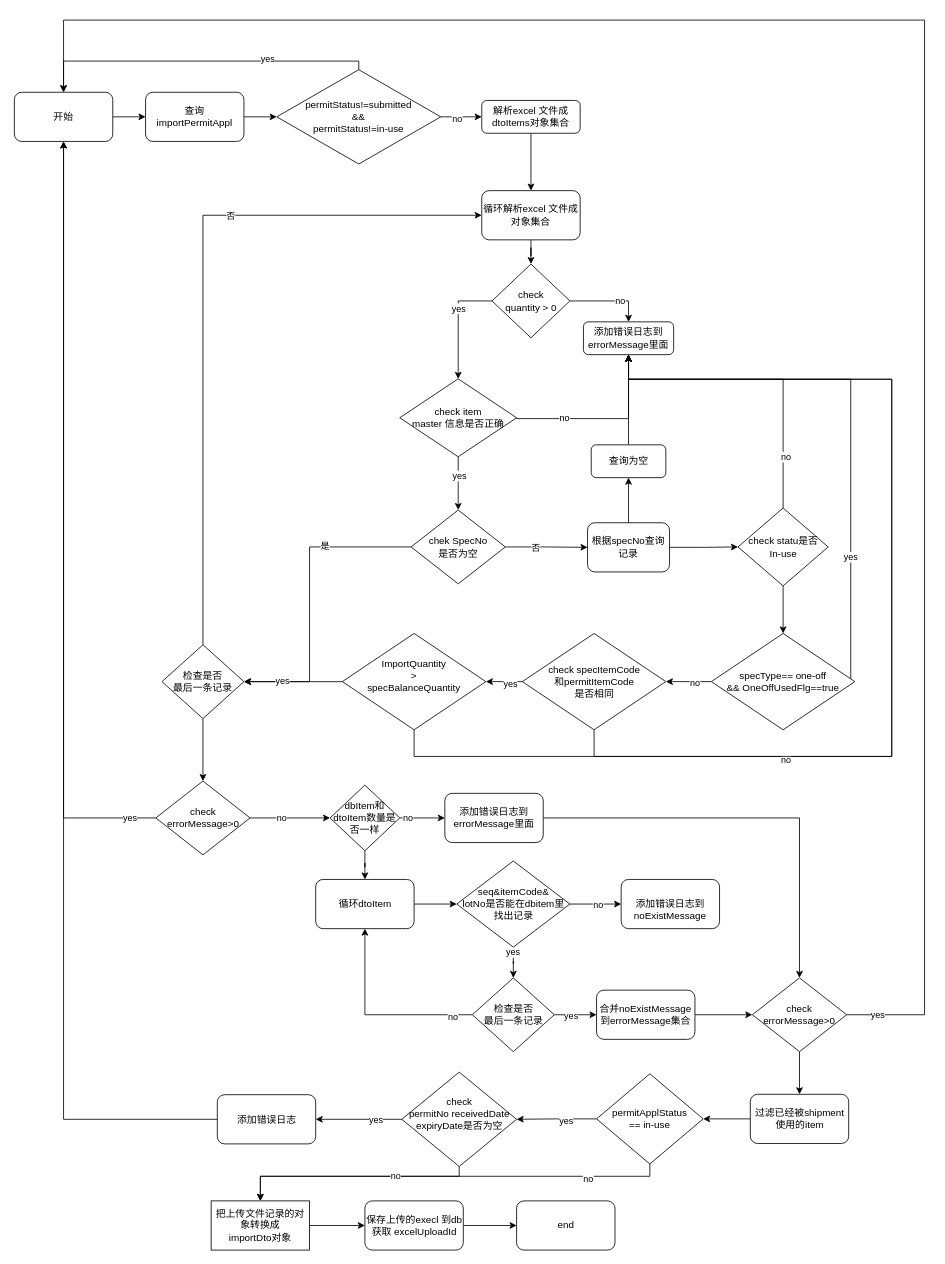
Before: permit-edit-check.drawio in 1119132473/doc, a draw.io diagram. Source tidied: cells renumbered, new cells numbered last; positions are measured from the earlier drawing's top-left corner, leaving out a move shared by most shapes. Both pictures are drawn from the tidied source at 82%, with x=0, y=0 at pixel (14, 20).
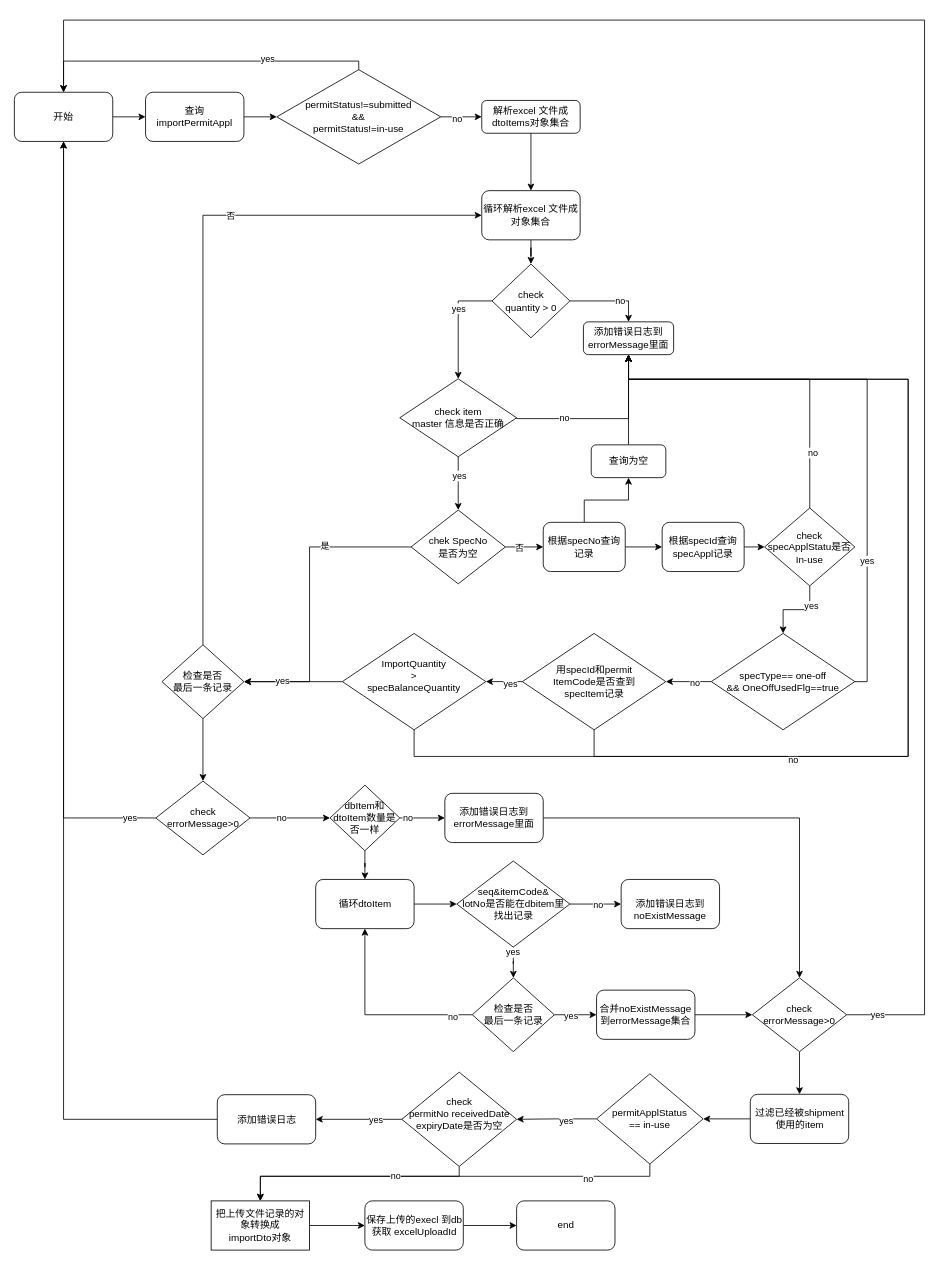
The same page after the edit.

Unchanged cells that the change refers to:
```xml
<mxCell id="23" value="添加错误日志到errorMessage里面" style="rounded=1;whiteSpace=wrap;html=1;" parent="1" vertex="1">
  <mxGeometry x="694" y="368" width="110" height="40" as="geometry" />
</mxCell>
<mxCell id="36" style="edgeStyle=orthogonalEdgeStyle;rounded=0;jettySize=auto;html=1;" parent="1" edge="1" source="37" target="44">
  <mxGeometry relative="1" as="geometry" />
</mxCell>
<mxCell id="44" value="&lt;div&gt;specType== one-off&lt;/div&gt;&lt;div&gt;&amp;amp;&amp;amp; OneOffUsedFlg==true&lt;/div&gt;" style="rhombus;whiteSpace=wrap;html=1;" parent="1" vertex="1">
  <mxGeometry x="850" y="748" width="175" height="117.5" as="geometry" />
</mxCell>
<mxCell id="53" value="&lt;div&gt;ImportQuantity&lt;/div&gt;&lt;div&gt;&amp;gt;&lt;br&gt;&lt;/div&gt;&lt;div&gt;specBalanceQuantity&lt;/div&gt;&lt;div&gt;&lt;br&gt;&lt;/div&gt;" style="rhombus;whiteSpace=wrap;html=1;" parent="1" vertex="1">
  <mxGeometry x="400" y="748" width="175" height="117.5" as="geometry" />
</mxCell>
```

Change to the diagram source:
```diff
@@
-    <mxCell id="31" style="edgeStyle=orthogonalEdgeStyle;rounded=0;jettySize=auto;html=1;entryX=0;entryY=0.5;entryDx=0;entryDy=0;" parent="1" edge="1" source="33" target="37">
+    <mxCell id="31" style="edgeStyle=orthogonalEdgeStyle;rounded=0;jettySize=auto;html=1;entryX=0;entryY=0.5;entryDx=0;entryDy=0;" parent="1" edge="1" source="33" target="109">
       <mxGeometry relative="1" as="geometry" />
     </mxCell>
@@
     <mxCell id="33" value="根据specNo查询记录" style="rounded=1;whiteSpace=wrap;html=1;" parent="1" vertex="1">
-      <mxGeometry x="699" y="613" width="100" height="60" as="geometry" />
+      <mxGeometry x="645" y="612.5" width="100" height="60" as="geometry" />
     </mxCell>
     <mxCell id="34" style="edgeStyle=orthogonalEdgeStyle;rounded=0;jettySize=auto;html=1;entryX=0.5;entryY=1;entryDx=0;entryDy=0;exitX=0.5;exitY=0;exitDx=0;exitDy=0;" parent="1" edge="1" source="37" target="23">
       <mxGeometry relative="1" as="geometry">
         <Array as="points">
-          <mxPoint x="938" y="438" />
+          <mxPoint x="970" y="438" />
           <mxPoint x="749" y="438" />
         </Array>
       </mxGeometry>
     </mxCell>
@@
+    <mxCell id="107" value="yes" style="edgeLabel;html=1;align=center;verticalAlign=middle;" parent="36" vertex="1">
+      <mxGeometry x="-0.47" y="1" relative="1" as="geometry" />
+    </mxCell>
-    <mxCell id="37" value="&lt;div&gt;check statu是否&lt;/div&gt;&lt;div&gt;In-use&lt;br&gt;&lt;/div&gt;" style="rhombus;whiteSpace=wrap;html=1;" parent="1" vertex="1">
-      <mxGeometry x="882.5" y="595" width="110" height="95" as="geometry" />
+    <mxCell id="37" value="&lt;div&gt;check specApplStatu是否&lt;/div&gt;&lt;div&gt;In-use&lt;br&gt;&lt;/div&gt;" style="rhombus;whiteSpace=wrap;html=1;" parent="1" vertex="1">
+      <mxGeometry x="915" y="595" width="110" height="95" as="geometry" />
     </mxCell>
@@
     <mxCell id="40" style="edgeStyle=orthogonalEdgeStyle;rounded=0;jettySize=auto;html=1;entryX=0.5;entryY=1;entryDx=0;entryDy=0;" parent="1" edge="1" source="44" target="23">
       <mxGeometry relative="1" as="geometry">
         <Array as="points">
-          <mxPoint x="1020" y="807" />
-          <mxPoint x="1020" y="438" />
+          <mxPoint x="1040" y="807" />
+          <mxPoint x="1040" y="438" />
           <mxPoint x="749" y="438" />
         </Array>
       </mxGeometry>
     </mxCell>
@@
     <mxCell id="45" style="edgeStyle=orthogonalEdgeStyle;rounded=0;jettySize=auto;html=1;entryX=0.5;entryY=1;entryDx=0;entryDy=0;exitX=0.5;exitY=1;exitDx=0;exitDy=0;" parent="1" edge="1" source="49" target="23">
       <mxGeometry relative="1" as="geometry">
         <Array as="points">
           <mxPoint x="707" y="898" />
-          <mxPoint x="1070" y="898" />
-          <mxPoint x="1070" y="438" />
+          <mxPoint x="1090" y="898" />
+          <mxPoint x="1090" y="438" />
           <mxPoint x="749" y="438" />
         </Array>
       </mxGeometry>
     </mxCell>
@@
-    <mxCell id="49" value="&lt;div&gt;check specItemCode&lt;/div&gt;&lt;div&gt;和permitItemCode&lt;/div&gt;&lt;div&gt;是否相同&lt;br&gt;&lt;/div&gt;" style="rhombus;whiteSpace=wrap;html=1;" parent="1" vertex="1">
+    <mxCell id="49" value="&lt;div&gt;用specId和permit&lt;/div&gt;&lt;div&gt;ItemCode是否查到&lt;/div&gt;&lt;div&gt;specItem记录&lt;br&gt;&lt;/div&gt;" style="rhombus;whiteSpace=wrap;html=1;" parent="1" vertex="1">
       <mxGeometry x="619.5" y="748" width="175" height="117.5" as="geometry" />
     </mxCell>
     <mxCell id="50" style="edgeStyle=orthogonalEdgeStyle;rounded=0;jettySize=auto;html=1;entryX=0.5;entryY=1;entryDx=0;entryDy=0;exitX=0.5;exitY=1;exitDx=0;exitDy=0;" parent="1" edge="1" source="53" target="23">
       <mxGeometry relative="1" as="geometry">
         <Array as="points">
           <mxPoint x="488" y="898" />
-          <mxPoint x="1070" y="898" />
-          <mxPoint x="1070" y="438" />
+          <mxPoint x="1090" y="898" />
+          <mxPoint x="1090" y="438" />
           <mxPoint x="749" y="438" />
         </Array>
       </mxGeometry>
     </mxCell>
@@
+    <mxCell id="108" style="edgeStyle=orthogonalEdgeStyle;rounded=0;jettySize=auto;html=1;exitX=1;exitY=0.5;exitDx=0;exitDy=0;entryX=0;entryY=0.5;entryDx=0;entryDy=0;" parent="1" edge="1" source="109" target="37">
+      <mxGeometry relative="1" as="geometry" />
+    </mxCell>
+    <mxCell id="109" value="根据specId查询specAppl记录" style="rounded=1;whiteSpace=wrap;html=1;" parent="1" vertex="1">
+      <mxGeometry x="790" y="612.5" width="100" height="60" as="geometry" />
+    </mxCell>
```
